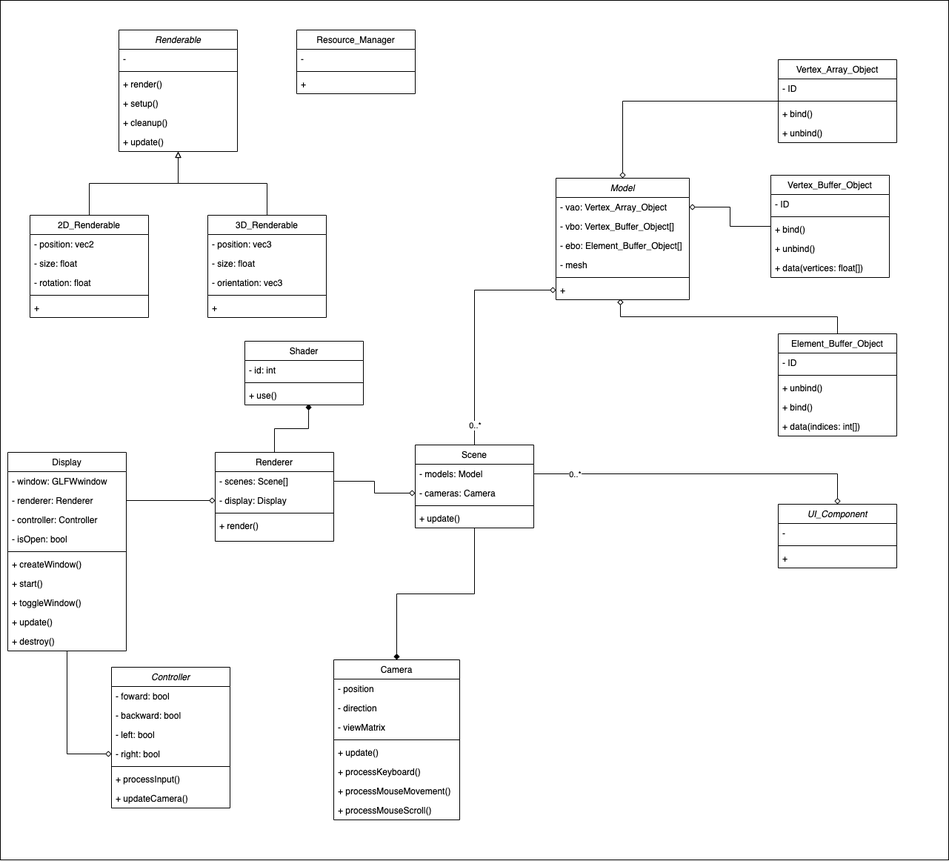
Earlier version of the draw.io export Render_Engine_UML.png (harriszk/science). Source tidied: cells renumbered, new cells last; positions are measured from the earlier drawing's top-left corner, leaving out a move shared by most shapes.
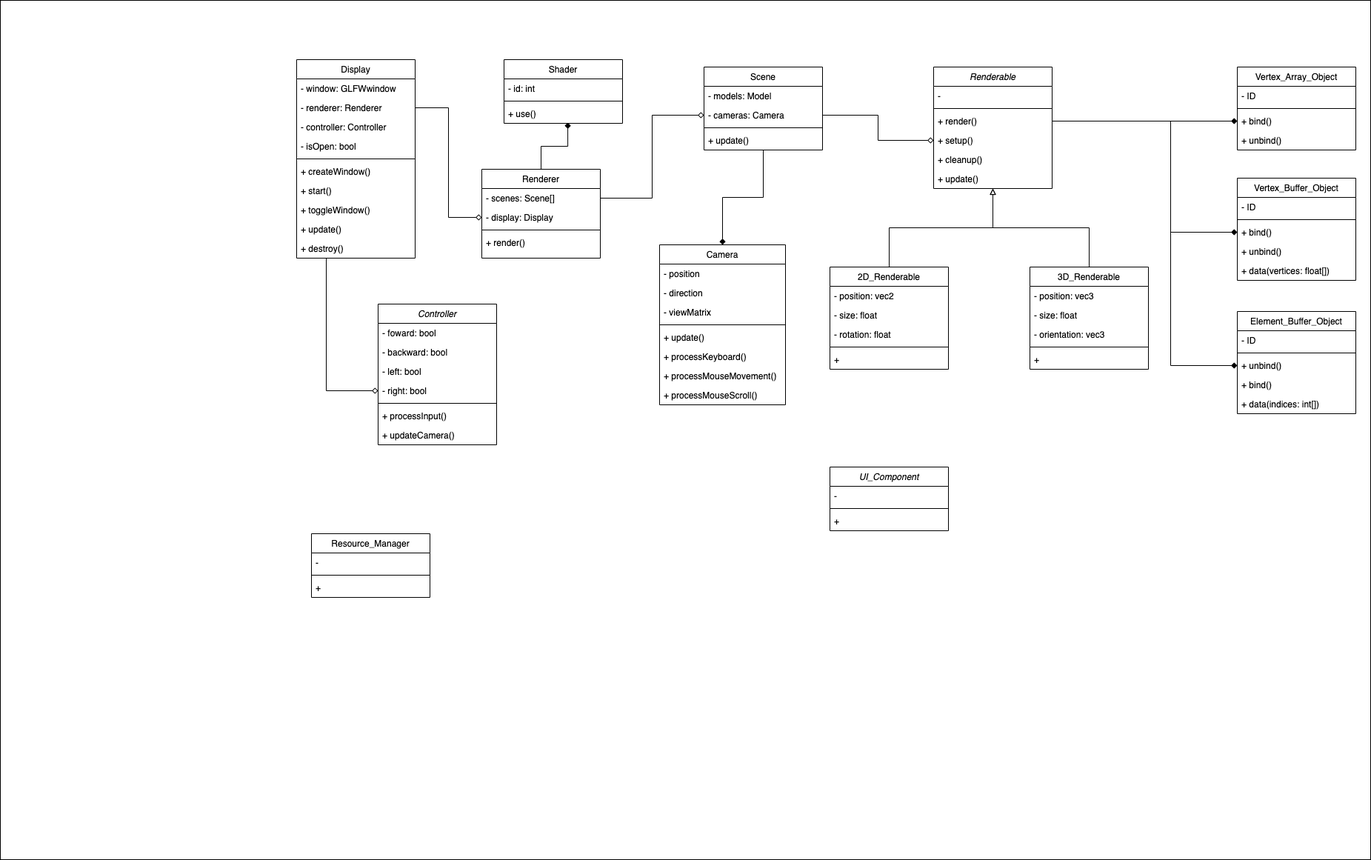
The same file after the commit.

Diff of the diagram source:
```diff
@@ -3,10 +3,10 @@
     <mxCell id="0" />
     <mxCell id="1" parent="0" />
     <mxCell id="2" style="whiteSpace=wrap;html=1;" parent="1" vertex="1">
-      <mxGeometry width="1280" height="1160" as="geometry" />
+      <mxGeometry x="-380" y="-60" width="1850" height="1160" as="geometry" />
     </mxCell>
     <mxCell id="3" value="Renderable" style="swimlane;fontStyle=2;align=center;verticalAlign=top;horizontal=1;startSize=26;rounded=0;shadow=0;strokeWidth=1;" parent="1" vertex="1">
-      <mxGeometry x="160" y="40" width="160" height="164" as="geometry" />
+      <mxGeometry x="880" y="30" width="160" height="164" as="geometry" />
     </mxCell>
     <mxCell id="4" value="-" style="text;align=left;verticalAlign=top;spacingLeft=4;spacingRight=4;overflow=hidden;rounded=0;shadow=0;html=0;" parent="3" vertex="1">
       <mxGeometry y="26" width="160" height="26" as="geometry" />
@@ -30,7 +30,7 @@
       <mxGeometry relative="1" as="geometry" />
     </mxCell>
     <mxCell id="11" value="2D_Renderable" style="swimlane;fontStyle=0;align=center;verticalAlign=top;horizontal=1;startSize=26;rounded=0;shadow=0;strokeWidth=1;" parent="1" vertex="1">
-      <mxGeometry x="40" y="290" width="160" height="138" as="geometry" />
+      <mxGeometry x="740" y="300" width="160" height="138" as="geometry" />
     </mxCell>
     <mxCell id="12" value="- position: vec2" style="text;align=left;verticalAlign=top;spacingLeft=4;spacingRight=4;overflow=hidden;" parent="11" vertex="1">
       <mxGeometry y="26" width="160" height="26" as="geometry" />
@@ -51,7 +51,7 @@
       <mxGeometry relative="1" as="geometry" />
     </mxCell>
     <mxCell id="18" value="3D_Renderable" style="swimlane;fontStyle=0;align=center;verticalAlign=top;horizontal=1;startSize=26;rounded=0;shadow=0;strokeWidth=1;" parent="1" vertex="1">
-      <mxGeometry x="280" y="290" width="160" height="138" as="geometry" />
+      <mxGeometry x="1010" y="300" width="160" height="138" as="geometry" />
     </mxCell>
     <mxCell id="19" value="- position: vec3" style="text;align=left;verticalAlign=top;spacingLeft=4;spacingRight=4;overflow=hidden;" parent="18" vertex="1">
       <mxGeometry y="26" width="160" height="26" as="geometry" />
@@ -68,29 +68,8 @@
     <mxCell id="23" value="+ " style="text;align=left;verticalAlign=top;spacingLeft=4;spacingRight=4;overflow=hidden;fontStyle=0;" parent="18" vertex="1">
       <mxGeometry y="112" width="160" height="26" as="geometry" />
     </mxCell>
-    <mxCell id="24" value="Model" style="swimlane;fontStyle=2;align=center;verticalAlign=top;horizontal=1;startSize=26;rounded=0;shadow=0;strokeWidth=1;" parent="1" vertex="1">
-      <mxGeometry x="750" y="240" width="180" height="164" as="geometry" />
-    </mxCell>
-    <mxCell id="25" value="- vao: Vertex_Array_Object" style="text;align=left;verticalAlign=top;spacingLeft=4;spacingRight=4;overflow=hidden;points=[[0,0.5],[1,0.5]];portConstraint=eastwest;" parent="24" vertex="1">
-      <mxGeometry y="26" width="180" height="26" as="geometry" />
-    </mxCell>
-    <mxCell id="26" value="- vbo: Vertex_Buffer_Object[]" style="text;align=left;verticalAlign=top;spacingLeft=4;spacingRight=4;overflow=hidden;" parent="24" vertex="1">
-      <mxGeometry y="52" width="180" height="26" as="geometry" />
-    </mxCell>
-    <mxCell id="27" value="- ebo: Element_Buffer_Object[]" style="text;align=left;verticalAlign=top;spacingLeft=4;spacingRight=4;overflow=hidden;" parent="24" vertex="1">
-      <mxGeometry y="78" width="180" height="26" as="geometry" />
-    </mxCell>
-    <mxCell id="28" value="- mesh" style="text;align=left;verticalAlign=top;spacingLeft=4;spacingRight=4;overflow=hidden;" parent="24" vertex="1">
-      <mxGeometry y="104" width="180" height="26" as="geometry" />
-    </mxCell>
-    <mxCell id="29" style="line;html=1;strokeWidth=1;align=left;verticalAlign=middle;spacingTop=-1;spacingLeft=3;spacingRight=3;labelPosition=right;" parent="24" vertex="1">
-      <mxGeometry y="130" width="180" height="8" as="geometry" />
-    </mxCell>
-    <mxCell id="30" value="+" style="text;align=left;verticalAlign=top;spacingLeft=4;spacingRight=4;overflow=hidden;points=[[0,0.5],[1,0.5]];portConstraint=eastwest;fontStyle=0;" parent="24" vertex="1">
-      <mxGeometry y="138" width="180" height="26" as="geometry" />
-    </mxCell>
     <mxCell id="31" value="Shader" style="swimlane;fontStyle=0;align=center;verticalAlign=top;horizontal=1;startSize=26;rounded=0;shadow=0;strokeWidth=1;" parent="1" vertex="1">
-      <mxGeometry x="330" y="460" width="160" height="86" as="geometry" />
+      <mxGeometry x="300" y="20" width="160" height="86" as="geometry" />
     </mxCell>
     <mxCell id="32" value="- id: int" style="text;align=left;verticalAlign=top;spacingLeft=4;spacingRight=4;overflow=hidden;" parent="31" vertex="1">
       <mxGeometry y="26" width="160" height="26" as="geometry" />
@@ -101,11 +80,8 @@
     <mxCell id="34" value="+ use()" style="text;align=left;verticalAlign=top;spacingLeft=4;spacingRight=4;overflow=hidden;points=[[0,0.5],[1,0.5]];portConstraint=eastwest;fontStyle=0;" parent="31" vertex="1">
       <mxGeometry y="60" width="160" height="26" as="geometry" />
     </mxCell>
-    <mxCell id="35" style="edgeStyle=orthogonalEdgeStyle;rounded=0;jettySize=auto;html=1;entryX=0.5;entryY=0;entryDx=0;entryDy=0;strokeColor=default;endArrow=diamond;endFill=0;" parent="1" edge="1" source="36" target="24">
-      <mxGeometry relative="1" as="geometry" />
-    </mxCell>
     <mxCell id="36" value="Vertex_Array_Object" style="swimlane;fontStyle=0;align=center;verticalAlign=top;horizontal=1;startSize=26;rounded=0;shadow=0;strokeWidth=1;" parent="1" vertex="1">
-      <mxGeometry x="1050" y="80" width="160" height="112" as="geometry" />
+      <mxGeometry x="1290" y="30" width="160" height="112" as="geometry" />
     </mxCell>
     <mxCell id="37" value="- ID" style="text;align=left;verticalAlign=top;spacingLeft=4;spacingRight=4;overflow=hidden;" parent="36" vertex="1">
       <mxGeometry y="26" width="160" height="26" as="geometry" />
@@ -119,11 +95,8 @@
     <mxCell id="40" value="+ unbind()" style="text;align=left;verticalAlign=top;spacingLeft=4;spacingRight=4;overflow=hidden;fontStyle=0;" parent="36" vertex="1">
       <mxGeometry y="86" width="160" height="26" as="geometry" />
     </mxCell>
-    <mxCell id="41" style="edgeStyle=orthogonalEdgeStyle;rounded=0;jettySize=auto;html=1;entryX=1;entryY=0.5;entryDx=0;entryDy=0;strokeColor=default;endArrow=diamond;endFill=0;" parent="1" edge="1" source="42" target="25">
-      <mxGeometry relative="1" as="geometry" />
-    </mxCell>
     <mxCell id="42" value="Vertex_Buffer_Object" style="swimlane;fontStyle=0;align=center;verticalAlign=top;horizontal=1;startSize=26;rounded=0;shadow=0;strokeWidth=1;" parent="1" vertex="1">
-      <mxGeometry x="1040" y="236" width="160" height="138" as="geometry" />
+      <mxGeometry x="1290" y="180" width="160" height="138" as="geometry" />
     </mxCell>
     <mxCell id="43" value="- ID" style="text;align=left;verticalAlign=top;spacingLeft=4;spacingRight=4;overflow=hidden;" parent="42" vertex="1">
       <mxGeometry y="26" width="160" height="26" as="geometry" />
@@ -140,11 +113,8 @@
     <mxCell id="47" value="+ data(vertices: float[])" style="text;align=left;verticalAlign=top;spacingLeft=4;spacingRight=4;overflow=hidden;fontStyle=0;" parent="42" vertex="1">
       <mxGeometry y="112" width="160" height="26" as="geometry" />
     </mxCell>
-    <mxCell id="48" style="edgeStyle=orthogonalEdgeStyle;rounded=0;jettySize=auto;html=1;entryX=0.483;entryY=0.97;entryDx=0;entryDy=0;entryPerimeter=0;strokeColor=default;endArrow=diamond;endFill=0;" parent="1" edge="1" source="49" target="30">
-      <mxGeometry relative="1" as="geometry" />
-    </mxCell>
     <mxCell id="49" value="Element_Buffer_Object" style="swimlane;fontStyle=0;align=center;verticalAlign=top;horizontal=1;startSize=26;rounded=0;shadow=0;strokeWidth=1;" parent="1" vertex="1">
-      <mxGeometry x="1050" y="450" width="160" height="138" as="geometry" />
+      <mxGeometry x="1290" y="360" width="160" height="138" as="geometry" />
     </mxCell>
     <mxCell id="50" value="- ID" style="text;align=left;verticalAlign=top;spacingLeft=4;spacingRight=4;overflow=hidden;" parent="49" vertex="1">
       <mxGeometry y="26" width="160" height="26" as="geometry" />
@@ -162,7 +132,7 @@
       <mxGeometry y="112" width="160" height="26" as="geometry" />
     </mxCell>
     <mxCell id="55" value="Camera" style="swimlane;fontStyle=0;align=center;verticalAlign=top;horizontal=1;startSize=26;rounded=0;shadow=0;strokeWidth=1;" parent="1" vertex="1">
-      <mxGeometry x="450" y="890" width="170" height="216" as="geometry" />
+      <mxGeometry x="510" y="270" width="170" height="216" as="geometry" />
     </mxCell>
     <mxCell id="56" value="- position" style="text;align=left;verticalAlign=top;spacingLeft=4;spacingRight=4;overflow=hidden;" parent="55" vertex="1">
       <mxGeometry y="26" width="170" height="26" as="geometry" />
@@ -188,17 +158,11 @@
     <mxCell id="63" value="+ processMouseScroll()" style="text;align=left;verticalAlign=top;spacingLeft=4;spacingRight=4;overflow=hidden;fontStyle=0;" parent="55" vertex="1">
       <mxGeometry y="190" width="170" height="26" as="geometry" />
     </mxCell>
-    <mxCell id="64" style="edgeStyle=orthogonalEdgeStyle;rounded=0;jettySize=auto;html=1;strokeColor=default;endArrow=diamond;endFill=0;" parent="1" edge="1" source="67" target="30">
-      <mxGeometry relative="1" as="geometry" />
-    </mxCell>
-    <mxCell id="65" value="0..*" style="edgeLabel;html=1;align=center;verticalAlign=middle;" parent="64" vertex="1">
-      <mxGeometry x="-0.83" relative="1" as="geometry" />
-    </mxCell>
     <mxCell id="66" style="edgeStyle=orthogonalEdgeStyle;rounded=0;html=1;entryX=0.5;entryY=0;entryDx=0;entryDy=0;endArrow=diamond;endFill=1;" parent="1" edge="1" source="67" target="55">
       <mxGeometry relative="1" as="geometry" />
     </mxCell>
     <mxCell id="67" value="Scene" style="swimlane;fontStyle=0;align=center;verticalAlign=top;horizontal=1;startSize=26;rounded=0;shadow=0;strokeWidth=1;" parent="1" vertex="1">
-      <mxGeometry x="560" y="600" width="160" height="112" as="geometry" />
+      <mxGeometry x="570" y="30" width="160" height="112" as="geometry" />
     </mxCell>
     <mxCell id="68" value="- models: Model" style="text;align=left;verticalAlign=top;spacingLeft=4;spacingRight=4;overflow=hidden;points=[[0,0.5],[1,0.5]];portConstraint=eastwest;" parent="67" vertex="1">
       <mxGeometry y="26" width="160" height="26" as="geometry" />
@@ -216,7 +180,7 @@
       <mxGeometry relative="1" as="geometry" />
     </mxCell>
     <mxCell id="73" value="Renderer" style="swimlane;fontStyle=0;align=center;verticalAlign=top;horizontal=1;startSize=26;rounded=0;shadow=0;strokeWidth=1;" parent="1" vertex="1">
-      <mxGeometry x="290" y="610" width="160" height="120" as="geometry" />
+      <mxGeometry x="270" y="168" width="160" height="120" as="geometry" />
     </mxCell>
     <mxCell id="74" value="- scenes: Scene[]" style="text;align=left;verticalAlign=top;spacingLeft=4;spacingRight=4;overflow=hidden;points=[[0,0.5],[1,0.5]];portConstraint=eastwest;" parent="73" vertex="1">
       <mxGeometry y="26" width="160" height="26" as="geometry" />
@@ -231,7 +195,7 @@
       <mxGeometry y="86" width="160" height="26" as="geometry" />
     </mxCell>
     <mxCell id="78" value="Resource_Manager" style="swimlane;fontStyle=0;align=center;verticalAlign=top;horizontal=1;startSize=26;rounded=0;shadow=0;strokeWidth=1;" parent="1" vertex="1">
-      <mxGeometry x="400" y="40" width="160" height="86" as="geometry" />
+      <mxGeometry x="40" y="660" width="160" height="86" as="geometry" />
     </mxCell>
     <mxCell id="79" value="-" style="text;align=left;verticalAlign=top;spacingLeft=4;spacingRight=4;overflow=hidden;" parent="78" vertex="1">
       <mxGeometry y="26" width="160" height="26" as="geometry" />
@@ -243,7 +207,7 @@
       <mxGeometry y="60" width="160" height="26" as="geometry" />
     </mxCell>
     <mxCell id="82" value="UI_Component" style="swimlane;fontStyle=2;align=center;verticalAlign=top;horizontal=1;startSize=26;rounded=0;shadow=0;strokeWidth=1;" parent="1" vertex="1">
-      <mxGeometry x="1050" y="680" width="160" height="86" as="geometry" />
+      <mxGeometry x="740" y="570" width="160" height="86" as="geometry" />
     </mxCell>
     <mxCell id="83" value="-" style="text;align=left;verticalAlign=top;spacingLeft=4;spacingRight=4;overflow=hidden;" parent="82" vertex="1">
       <mxGeometry y="26" width="160" height="26" as="geometry" />
@@ -255,10 +219,14 @@
       <mxGeometry y="60" width="160" height="26" as="geometry" />
     </mxCell>
     <mxCell id="86" style="edgeStyle=orthogonalEdgeStyle;rounded=0;html=1;entryX=0;entryY=0.5;entryDx=0;entryDy=0;endArrow=diamond;endFill=0;" parent="1" edge="1" source="87" target="104">
-      <mxGeometry relative="1" as="geometry" />
+      <mxGeometry relative="1" as="geometry">
+        <Array as="points">
+          <mxPoint x="60" y="467" />
+        </Array>
+      </mxGeometry>
     </mxCell>
     <mxCell id="87" value="Display" style="swimlane;fontStyle=0;align=center;verticalAlign=top;horizontal=1;startSize=26;rounded=0;shadow=0;strokeWidth=1;" parent="1" vertex="1">
-      <mxGeometry x="10" y="610" width="160" height="268" as="geometry" />
+      <mxGeometry x="20" y="20" width="160" height="268" as="geometry" />
     </mxCell>
     <mxCell id="88" value="- window: GLFWwindow" style="text;align=left;verticalAlign=top;spacingLeft=4;spacingRight=4;overflow=hidden;" parent="87" vertex="1">
       <mxGeometry y="26" width="160" height="26" as="geometry" />
@@ -290,14 +258,8 @@
     <mxCell id="97" value="+ destroy()" style="text;align=left;verticalAlign=top;spacingLeft=4;spacingRight=4;overflow=hidden;fontStyle=0;" parent="87" vertex="1">
       <mxGeometry y="242" width="160" height="26" as="geometry" />
     </mxCell>
-    <mxCell id="98" style="edgeStyle=orthogonalEdgeStyle;rounded=0;jettySize=auto;html=1;entryX=0.5;entryY=0;entryDx=0;entryDy=0;strokeColor=default;endArrow=diamond;endFill=0;" parent="1" edge="1" source="68" target="82">
-      <mxGeometry relative="1" as="geometry" />
-    </mxCell>
-    <mxCell id="99" value="0..*" style="edgeLabel;html=1;align=center;verticalAlign=middle;" parent="98" vertex="1">
-      <mxGeometry x="-0.75" relative="1" as="geometry" />
-    </mxCell>
     <mxCell id="100" value="Controller" style="swimlane;fontStyle=2;align=center;verticalAlign=top;horizontal=1;startSize=26;rounded=0;shadow=0;strokeWidth=1;" parent="1" vertex="1">
-      <mxGeometry x="150" y="900" width="160" height="190" as="geometry" />
+      <mxGeometry x="130" y="350" width="160" height="190" as="geometry" />
     </mxCell>
     <mxCell id="101" value="- foward: bool" style="text;align=left;verticalAlign=top;spacingLeft=4;spacingRight=4;overflow=hidden;" parent="100" vertex="1">
       <mxGeometry y="26" width="160" height="26" as="geometry" />
@@ -326,5 +288,27 @@
     <mxCell id="109" style="edgeStyle=orthogonalEdgeStyle;rounded=0;html=1;entryX=0;entryY=0.5;entryDx=0;entryDy=0;endArrow=diamond;endFill=0;" parent="1" edge="1" source="74" target="69">
       <mxGeometry relative="1" as="geometry" />
     </mxCell>
+    <mxCell id="110" style="edgeStyle=orthogonalEdgeStyle;rounded=0;html=1;exitX=1;exitY=0.5;exitDx=0;exitDy=0;entryX=0;entryY=0.5;entryDx=0;entryDy=0;endArrow=diamond;endFill=0;" parent="1" edge="1" source="69" target="7">
+      <mxGeometry relative="1" as="geometry" />
+    </mxCell>
+    <mxCell id="111" style="edgeStyle=orthogonalEdgeStyle;rounded=0;html=1;exitX=1;exitY=0.5;exitDx=0;exitDy=0;entryX=0;entryY=0.5;entryDx=0;entryDy=0;endArrow=diamond;endFill=1;" parent="1" edge="1" source="6" target="52">
+      <mxGeometry relative="1" as="geometry">
+        <Array as="points">
+          <mxPoint x="1200" y="103" />
+          <mxPoint x="1200" y="433" />
+        </Array>
+      </mxGeometry>
+    </mxCell>
+    <mxCell id="112" style="edgeStyle=orthogonalEdgeStyle;rounded=0;html=1;exitX=1;exitY=0.5;exitDx=0;exitDy=0;entryX=0;entryY=0.5;entryDx=0;entryDy=0;endArrow=diamond;endFill=1;" parent="1" edge="1" source="6" target="45">
+      <mxGeometry relative="1" as="geometry">
+        <Array as="points">
+          <mxPoint x="1200" y="103" />
+          <mxPoint x="1200" y="253" />
+        </Array>
+      </mxGeometry>
+    </mxCell>
+    <mxCell id="113" style="edgeStyle=orthogonalEdgeStyle;rounded=0;html=1;exitX=1;exitY=0.5;exitDx=0;exitDy=0;entryX=0;entryY=0.5;entryDx=0;entryDy=0;endArrow=diamond;endFill=1;" parent="1" edge="1" source="6" target="39">
+      <mxGeometry relative="1" as="geometry" />
+    </mxCell>
   </root>
 </mxGraphModel>
```
